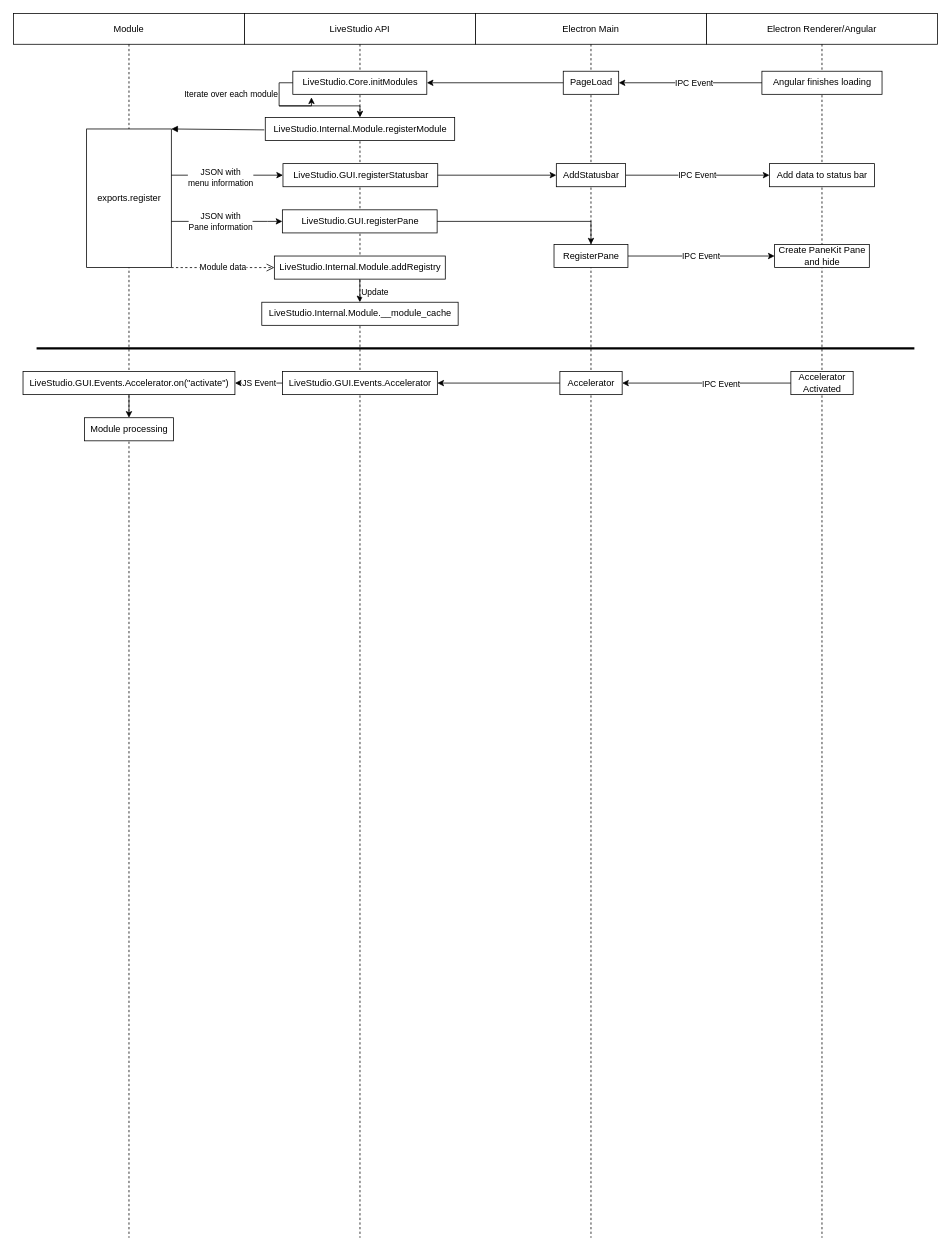
Earlier version of the draw.io diagram livestudio.drawio (scoutchorton/livestudio). Source tidied: cells renumbered, new cells numbered last; positions are measured from the earlier drawing's top-left corner, leaving out a move shared by most shapes. Both pictures are drawn from the tidied source at 77%, with x=0, y=0 at pixel (13, 13).
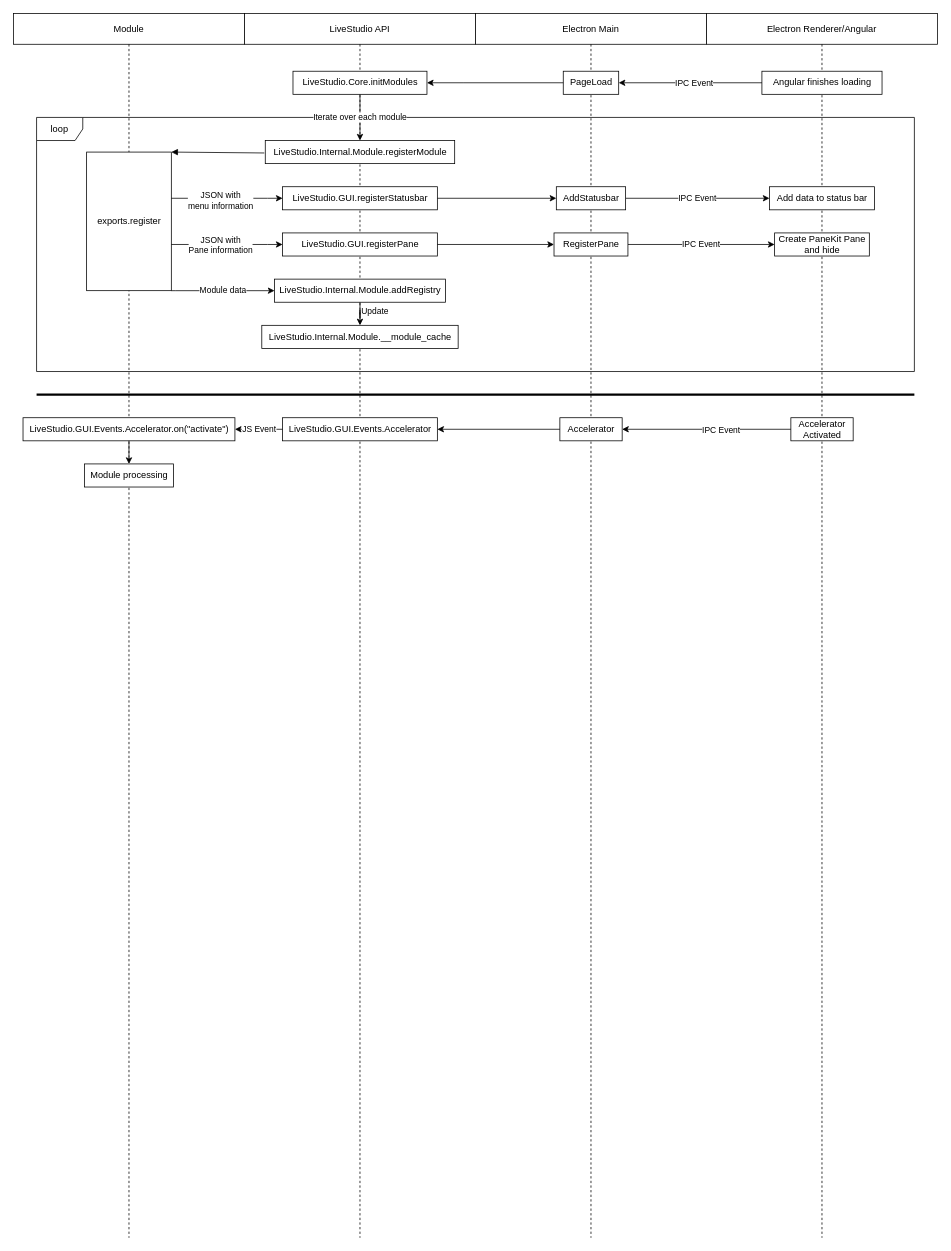
The same page after the edit.

Unchanged cells that the change refers to:
```xml
<mxCell id="2" value="Module" style="shape=umlLifeline;perimeter=lifelinePerimeter;whiteSpace=wrap;html=1;" parent="1" vertex="1">
  <mxGeometry width="300" height="1590" as="geometry" />
</mxCell>
<mxCell id="7" value="LiveStudio API" style="shape=umlLifeline;perimeter=lifelinePerimeter;whiteSpace=wrap;html=1;" parent="1" vertex="1">
  <mxGeometry x="300" width="300" height="1590" as="geometry" />
</mxCell>
<mxCell id="17" value="Electron Renderer/Angular" style="shape=umlLifeline;perimeter=lifelinePerimeter;whiteSpace=wrap;html=1;" parent="1" vertex="1">
  <mxGeometry x="900" width="300" height="1590" as="geometry" />
</mxCell>
<mxCell id="35" value="Electron Main" style="shape=umlLifeline;perimeter=lifelinePerimeter;whiteSpace=wrap;html=1;" parent="1" vertex="1">
  <mxGeometry x="600" width="300" height="1590" as="geometry" />
</mxCell>
<mxCell id="36" value="PageLoad" style="html=1;points=[];perimeter=orthogonalPerimeter;" parent="35" vertex="1">
  <mxGeometry x="114" y="75" width="72" height="30" as="geometry" />
</mxCell>
```

Diff of the diagram source:
```diff
@@
+    <mxCell id="46" value="loop" style="shape=umlFrame;whiteSpace=wrap;html=1;" parent="1" vertex="1">
+      <mxGeometry x="30" y="135" width="1140" height="330" as="geometry" />
+    </mxCell>
@@
     <mxCell id="3" value="exports.register" style="html=1;points=[];perimeter=orthogonalPerimeter;verticalAlign=middle;" parent="2" vertex="1">
-      <mxGeometry x="95" y="150" width="110" height="180" as="geometry" />
+      <mxGeometry x="95" y="180" width="110" height="180" as="geometry" />
     </mxCell>
     <mxCell id="4" value="LiveStudio.GUI.Events.Accelerator.on(&quot;activate&quot;)" style="html=1;points=[];perimeter=orthogonalPerimeter;" parent="2" vertex="1">
-      <mxGeometry x="12.4" y="465" width="275.2" height="30" as="geometry" />
+      <mxGeometry x="12.4" y="525" width="275.2" height="30" as="geometry" />
     </mxCell>
     <mxCell id="5" value="Module processing" style="html=1;points=[];perimeter=orthogonalPerimeter;" parent="2" vertex="1">
-      <mxGeometry x="92.2" y="525" width="115.5" height="30" as="geometry" />
+      <mxGeometry x="92.2" y="585" width="115.5" height="30" as="geometry" />
     </mxCell>
@@
-    <mxCell id="8" value="LiveStudio.Core.initModules" style="html=1;points=[];perimeter=orthogonalPerimeter;" parent="7" vertex="1">
-      <mxGeometry x="62.8" y="75" width="174" height="30" as="geometry" />
-    </mxCell>
-    <mxCell id="9" value="LiveStudio.GUI.Events.Accelerator" style="html=1;points=[];perimeter=orthogonalPerimeter;" parent="7" vertex="1">
-      <mxGeometry x="49.5" y="465" width="201" height="30" as="geometry" />
-    </mxCell>
-    <mxCell id="10" value="&lt;span style=&quot;&quot;&gt;Iterate over each module&lt;br&gt;&lt;/span&gt;" style="edgeStyle=orthogonalEdgeStyle;rounded=0;orthogonalLoop=1;jettySize=auto;html=1;entryX=0.139;entryY=1.133;entryDx=0;entryDy=0;entryPerimeter=0;align=right;" parent="7" edge="1" source="8" target="8">
-      <mxGeometry x="-0.35" relative="1" as="geometry">
-        <Array as="points">
-          <mxPoint x="45" y="90" />
-          <mxPoint x="45" y="120" />
-          <mxPoint x="87" y="120" />
-        </Array>
-      </mxGeometry>
-    </mxCell>
     <mxCell id="11" value="LiveStudio.GUI.registerStatusbar" style="html=1;points=[];perimeter=orthogonalPerimeter;" parent="7" vertex="1">
-      <mxGeometry x="50" y="195" width="201" height="30" as="geometry" />
+      <mxGeometry x="49.5" y="225" width="201" height="30" as="geometry" />
     </mxCell>
     <mxCell id="12" value="LiveStudio.GUI.registerPane" style="html=1;points=[];perimeter=orthogonalPerimeter;" parent="7" vertex="1">
-      <mxGeometry x="49.2" y="255" width="201" height="30" as="geometry" />
+      <mxGeometry x="49.5" y="285" width="201" height="30" as="geometry" />
     </mxCell>
     <mxCell id="13" value="LiveStudio.Internal.Module.addRegistry" style="html=1;points=[];perimeter=orthogonalPerimeter;" parent="7" vertex="1">
-      <mxGeometry x="38.8" y="315" width="222" height="30" as="geometry" />
+      <mxGeometry x="39" y="345" width="222" height="30" as="geometry" />
     </mxCell>
     <mxCell id="14" value="LiveStudio.Internal.Module.__module_cache" style="html=1;points=[];perimeter=orthogonalPerimeter;" parent="7" vertex="1">
-      <mxGeometry x="22.5" y="375" width="255" height="30" as="geometry" />
+      <mxGeometry x="22.5" y="405" width="255" height="30" as="geometry" />
     </mxCell>
     <mxCell id="15" value="Update" style="edgeStyle=orthogonalEdgeStyle;rounded=0;jettySize=auto;html=1;verticalAlign=middle;align=left;" parent="7" edge="1" source="13" target="14">
-      <mxGeometry x="0.13" relative="1" as="geometry">
-        <Array as="points">
-          <mxPoint x="150" y="365" />
-          <mxPoint x="150" y="365" />
-        </Array>
-      </mxGeometry>
+      <mxGeometry x="0.13" relative="1" as="geometry" />
     </mxCell>
+    <mxCell id="8" value="LiveStudio.Core.initModules" style="html=1;points=[];perimeter=orthogonalPerimeter;" parent="7" vertex="1">
+      <mxGeometry x="63" y="75" width="174" height="30" as="geometry" />
+    </mxCell>
     <mxCell id="16" value="LiveStudio.Internal.Module.registerModule" style="html=1;points=[];perimeter=orthogonalPerimeter;" parent="7" vertex="1">
-      <mxGeometry x="27" y="135" width="246" height="30" as="geometry" />
+      <mxGeometry x="27" y="165" width="246" height="30" as="geometry" />
     </mxCell>
+    <mxCell id="10" value="Iterate over each module" style="edgeStyle=orthogonalEdgeStyle;rounded=0;jettySize=auto;html=1;" parent="7" edge="1" source="8" target="16">
+      <mxGeometry relative="1" as="geometry" />
+    </mxCell>
+    <mxCell id="9" value="LiveStudio.GUI.Events.Accelerator" style="html=1;points=[];perimeter=orthogonalPerimeter;" parent="7" vertex="1">
+      <mxGeometry x="49.5" y="525" width="201" height="30" as="geometry" />
+    </mxCell>
@@
-    <mxCell id="19" value="Accelerator&lt;br&gt;Activated" style="html=1;points=[];perimeter=orthogonalPerimeter;" parent="17" vertex="1">
-      <mxGeometry x="109.6" y="465" width="80.9" height="30" as="geometry" />
-    </mxCell>
     <mxCell id="20" value="Add data to status bar" style="html=1;points=[];perimeter=orthogonalPerimeter;" parent="17" vertex="1">
-      <mxGeometry x="81.8" y="195" width="136.5" height="30" as="geometry" />
+      <mxGeometry x="81.8" y="225" width="136.5" height="30" as="geometry" />
     </mxCell>
     <mxCell id="21" value="Create PaneKit Pane&lt;br&gt;and hide" style="html=1;points=[];perimeter=orthogonalPerimeter;" parent="17" vertex="1">
-      <mxGeometry x="88.5" y="300" width="123" height="30" as="geometry" />
+      <mxGeometry x="88.5" y="285" width="123" height="30" as="geometry" />
     </mxCell>
+    <mxCell id="19" value="Accelerator&lt;br&gt;Activated" style="html=1;points=[];perimeter=orthogonalPerimeter;" parent="17" vertex="1">
+      <mxGeometry x="109.6" y="525" width="80.9" height="30" as="geometry" />
+    </mxCell>
@@
-    <mxCell id="24" value="Module data" style="html=1;verticalAlign=middle;endArrow=open;dashed=1;endSize=8;" parent="1" edge="1" source="3" target="13">
-      <mxGeometry relative="1" as="geometry">
-        <Array as="points">
-          <mxPoint x="270" y="330" />
-        </Array>
-      </mxGeometry>
-    </mxCell>
     <mxCell id="25" style="edgeStyle=orthogonalEdgeStyle;rounded=0;jettySize=auto;html=1;" parent="1" edge="1" source="3" target="11">
       <mxGeometry relative="1" as="geometry">
         <Array as="points">
-          <mxPoint x="345" y="210" />
-          <mxPoint x="345" y="210" />
+          <mxPoint x="330" y="240" />
+          <mxPoint x="330" y="240" />
         </Array>
       </mxGeometry>
     </mxCell>
@@
     <mxCell id="32" style="edgeStyle=orthogonalEdgeStyle;rounded=0;jettySize=auto;html=1;fontColor=#000000;verticalAlign=middle;" parent="1" edge="1" source="3" target="12">
       <mxGeometry relative="1" as="geometry">
         <Array as="points">
-          <mxPoint x="330" y="270" />
-          <mxPoint x="330" y="270" />
+          <mxPoint x="330" y="300" />
+          <mxPoint x="330" y="300" />
         </Array>
       </mxGeometry>
     </mxCell>
@@
-    <mxCell id="37" value="Accelerator" style="html=1;points=[];perimeter=orthogonalPerimeter;" parent="35" vertex="1">
-      <mxGeometry x="109.6" y="465" width="80.9" height="30" as="geometry" />
-    </mxCell>
     <mxCell id="38" value="AddStatusbar" style="html=1;points=[];perimeter=orthogonalPerimeter;" parent="35" vertex="1">
-      <mxGeometry x="105" y="195" width="90" height="30" as="geometry" />
+      <mxGeometry x="105" y="225" width="90" height="30" as="geometry" />
     </mxCell>
     <mxCell id="39" value="RegisterPane" style="html=1;points=[];perimeter=orthogonalPerimeter;" parent="35" vertex="1">
-      <mxGeometry x="102" y="300" width="96" height="30" as="geometry" />
+      <mxGeometry x="102" y="285" width="96" height="30" as="geometry" />
     </mxCell>
+    <mxCell id="37" value="Accelerator" style="html=1;points=[];perimeter=orthogonalPerimeter;" parent="35" vertex="1">
+      <mxGeometry x="109.6" y="525" width="80.9" height="30" as="geometry" />
+    </mxCell>
@@
-    <mxCell id="42" style="edgeStyle=orthogonalEdgeStyle;rounded=0;jettySize=auto;html=1;" parent="1" edge="1" target="16">
-      <mxGeometry relative="1" as="geometry">
-        <mxPoint x="345" y="120" as="sourcePoint" />
-        <Array as="points">
-          <mxPoint x="450" y="120" />
-        </Array>
-      </mxGeometry>
-    </mxCell>
     <mxCell id="43" style="edgeStyle=orthogonalEdgeStyle;rounded=0;jettySize=auto;html=1;" parent="1" edge="1" source="36" target="8">
-      <mxGeometry relative="1" as="geometry" />
+      <mxGeometry relative="1" as="geometry">
+        <Array as="points">
+          <mxPoint x="585" y="90" />
+          <mxPoint x="585" y="90" />
+        </Array>
+      </mxGeometry>
     </mxCell>
@@
+    <mxCell id="24" value="Module data" style="edgeStyle=orthogonalEdgeStyle;rounded=0;jettySize=auto;html=1;" parent="1" edge="1" source="3" target="13">
+      <mxGeometry relative="1" as="geometry">
+        <Array as="points">
+          <mxPoint x="210" y="360" />
+          <mxPoint x="210" y="360" />
+        </Array>
+      </mxGeometry>
+    </mxCell>
     <mxCell id="45" style="endArrow=none;html=1;rounded=0;strokeWidth=3;" parent="1" edge="1">
       <mxGeometry relative="1" as="geometry">
-        <mxPoint x="30" y="435" as="sourcePoint" />
-        <mxPoint x="1170" y="435" as="targetPoint" />
+        <mxPoint x="30" y="495" as="sourcePoint" />
+        <mxPoint x="1170" y="495" as="targetPoint" />
       </mxGeometry>
     </mxCell>
```
